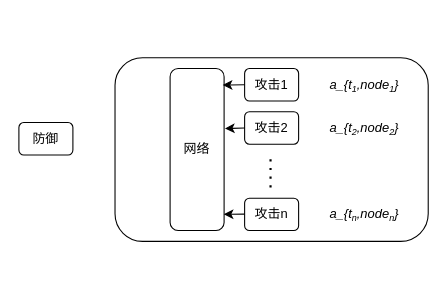
This is Untitled Diagram.drawio from undinuanao/-, a draw.io file, before an edit. Source tidied: cells renumbered, new cells numbered last; positions are measured from the earlier drawing's top-left corner, leaving out a move shared by most shapes. Both pictures are drawn from the tidied source at 108%, with x=0, y=0 at pixel (18, 57).
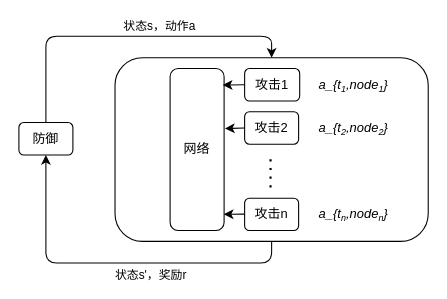
After the change.

The change refers to these unchanged cells:
```xml
<mxCell id="2" value="防御" style="rounded=1;whiteSpace=wrap;html=1;" parent="1" vertex="1">
  <mxGeometry y="60" width="50" height="30" as="geometry" />
</mxCell>
<mxCell id="3" style="rounded=1;whiteSpace=wrap;html=1;" parent="1" vertex="1">
  <mxGeometry x="89" width="290" height="170" as="geometry" />
</mxCell>
```

The edit, as a diff of the source:
```diff
@@
     <mxCell id="5" value="攻击1" style="rounded=1;whiteSpace=wrap;html=1;" parent="1" vertex="1">
-      <mxGeometry x="209" y="10" width="50" height="30" as="geometry" />
+      <mxGeometry x="209" y="10" width="51" height="30" as="geometry" />
     </mxCell>
@@
     <mxCell id="9" value="&lt;i&gt;a_{t&lt;span style=&quot;font-size: 10px&quot;&gt;&lt;sub&gt;1&lt;/sub&gt;&lt;/span&gt;,node&lt;span style=&quot;font-size: 10px&quot;&gt;&lt;sub&gt;1&lt;/sub&gt;&lt;/span&gt;}&lt;/i&gt;" style="text;html=1;strokeColor=none;fillColor=none;align=center;verticalAlign=middle;whiteSpace=wrap;rounded=0;" parent="1" vertex="1">
-      <mxGeometry x="280" y="15" width="80" height="20" as="geometry" />
+      <mxGeometry x="270" y="15" width="80" height="20" as="geometry" />
     </mxCell>
     <mxCell id="10" value="&lt;i&gt;a_{t&lt;span style=&quot;font-size: 10px&quot;&gt;&lt;sub&gt;2&lt;/sub&gt;&lt;/span&gt;,node&lt;span style=&quot;font-size: 10px&quot;&gt;&lt;sub&gt;2&lt;/sub&gt;&lt;/span&gt;}&lt;/i&gt;" style="text;html=1;strokeColor=none;fillColor=none;align=center;verticalAlign=middle;whiteSpace=wrap;rounded=0;" parent="1" vertex="1">
-      <mxGeometry x="280" y="55" width="80" height="20" as="geometry" />
+      <mxGeometry x="270" y="55" width="80" height="20" as="geometry" />
     </mxCell>
     <mxCell id="11" value="&lt;i&gt;a_{t&lt;span style=&quot;font-size: 10px&quot;&gt;&lt;sub&gt;n&lt;/sub&gt;&lt;/span&gt;,node&lt;span style=&quot;font-size: 10px&quot;&gt;&lt;sub&gt;n&lt;/sub&gt;&lt;/span&gt;}&lt;/i&gt;" style="text;html=1;strokeColor=none;fillColor=none;align=center;verticalAlign=middle;whiteSpace=wrap;rounded=0;" parent="1" vertex="1">
-      <mxGeometry x="280" y="135" width="80" height="20" as="geometry" />
+      <mxGeometry x="270" y="135" width="80" height="20" as="geometry" />
     </mxCell>
@@
+    <mxCell id="15" style="endArrow=classic;html=1;exitX=0.5;exitY=0;exitDx=0;exitDy=0;entryX=0.5;entryY=0;entryDx=0;entryDy=0;" parent="1" edge="1" source="2" target="3">
+      <mxGeometry relative="1" as="geometry">
+        <Array as="points">
+          <mxPoint x="25" y="-20" />
+          <mxPoint x="130" y="-20" />
+          <mxPoint x="234" y="-20" />
+        </Array>
+      </mxGeometry>
+    </mxCell>
+    <mxCell id="16" value="状态s，动作a" style="edgeLabel;html=1;align=center;verticalAlign=middle;" parent="15" vertex="1">
+      <mxGeometry x="0.4" y="1" relative="1" as="geometry">
+        <mxPoint x="-32" y="-9" as="offset" />
+      </mxGeometry>
+    </mxCell>
+    <mxCell id="17" style="endArrow=classic;html=1;exitX=0.5;exitY=1;exitDx=0;exitDy=0;entryX=0.5;entryY=1;entryDx=0;entryDy=0;" parent="1" edge="1" source="3" target="2">
+      <mxGeometry relative="1" as="geometry">
+        <Array as="points">
+          <mxPoint x="234" y="190" />
+          <mxPoint x="25" y="190" />
+        </Array>
+      </mxGeometry>
+    </mxCell>
+    <mxCell id="18" value="状态s'，奖励r" style="edgeLabel;html=1;align=center;verticalAlign=middle;" parent="17" vertex="1">
+      <mxGeometry x="-0.36" y="1" relative="1" as="geometry">
+        <mxPoint x="-28" y="9" as="offset" />
+      </mxGeometry>
+    </mxCell>
```
